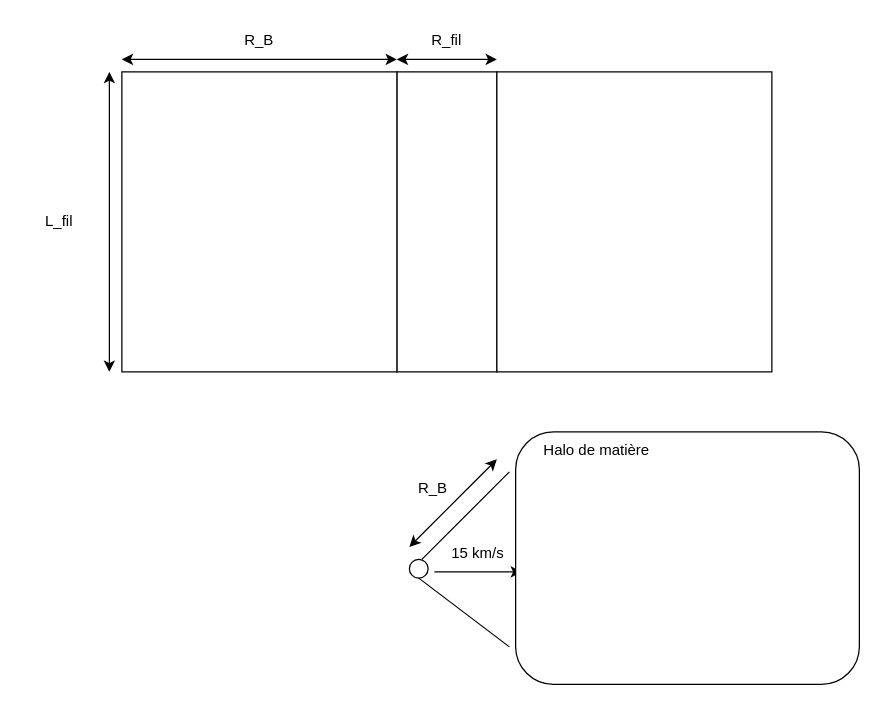
Earlier version of the draw.io diagram DrawIo/Filament_géométrie.drawio (KyuriTaima/CygnusDynamics). Source tidied: cells renumbered, new cells numbered last; positions are measured from the earlier drawing's top-left corner, leaving out a move shared by most shapes. Both pictures are drawn from the tidied source at 125%, with x=0, y=0 at pixel (21, 21).
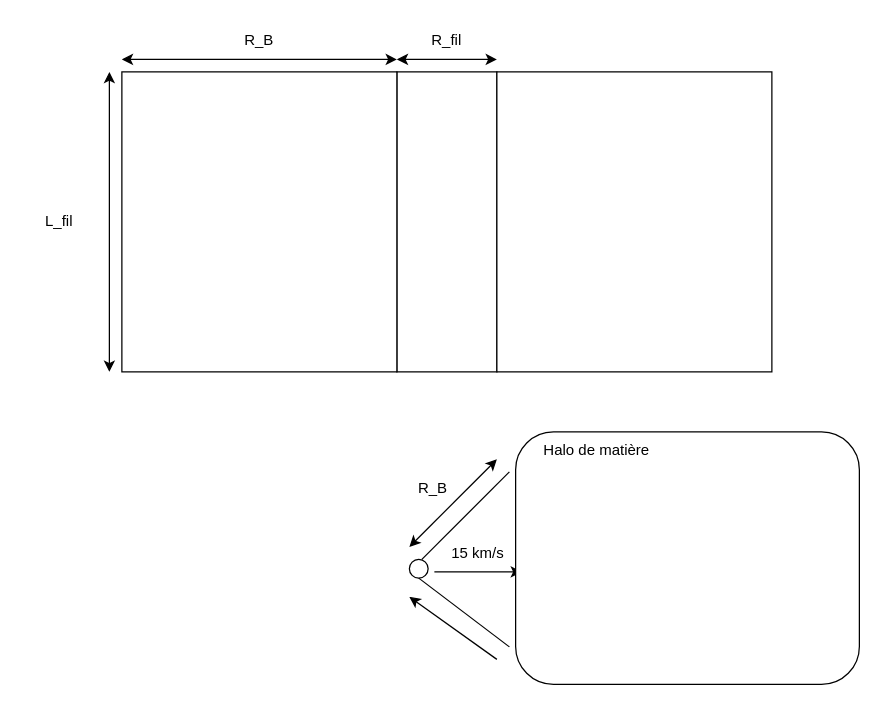
After the change.

Commit message:
Overleaf Connect auto-sync [2026-06-18 11:48:18]

Diff of the diagram source:
```diff
@@
+    <mxCell id="20" style="endArrow=classic;html=1;rounded=0;" parent="1" edge="1">
+      <mxGeometry relative="1" as="geometry">
+        <mxPoint x="380" y="510" as="sourcePoint" />
+        <mxPoint x="310" y="460" as="targetPoint" />
+      </mxGeometry>
+    </mxCell>
```
